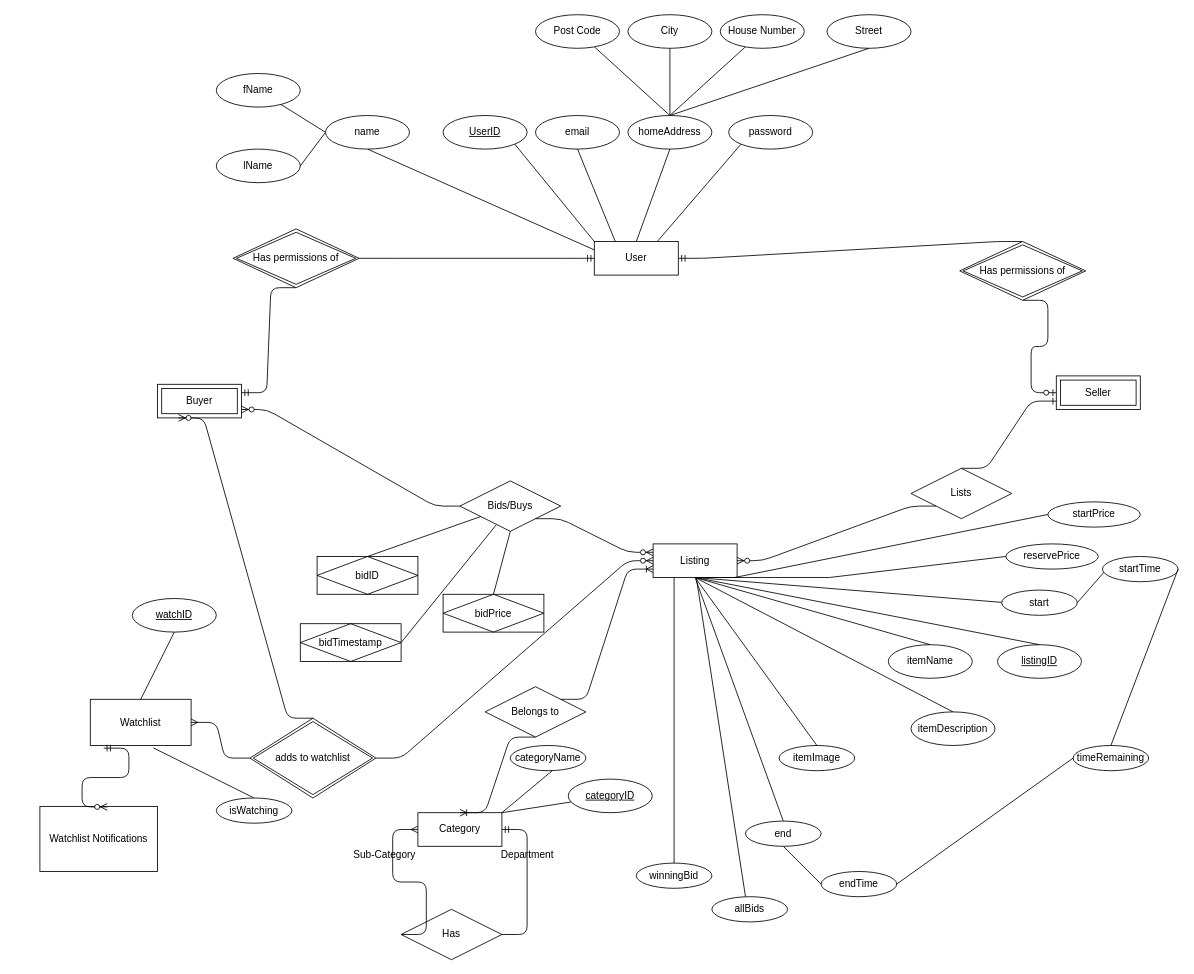
rwshaw/Auction-Website keeps this draw.io diagram as working_ERD.drawio. Above is the earlier version. Source tidied: cells renumbered, new cells numbered last; positions are measured from the earlier drawing's top-left corner, leaving out a move shared by most shapes. Both pictures are drawn from the tidied source at 84%, with x=0, y=0 at pixel (39, 14).
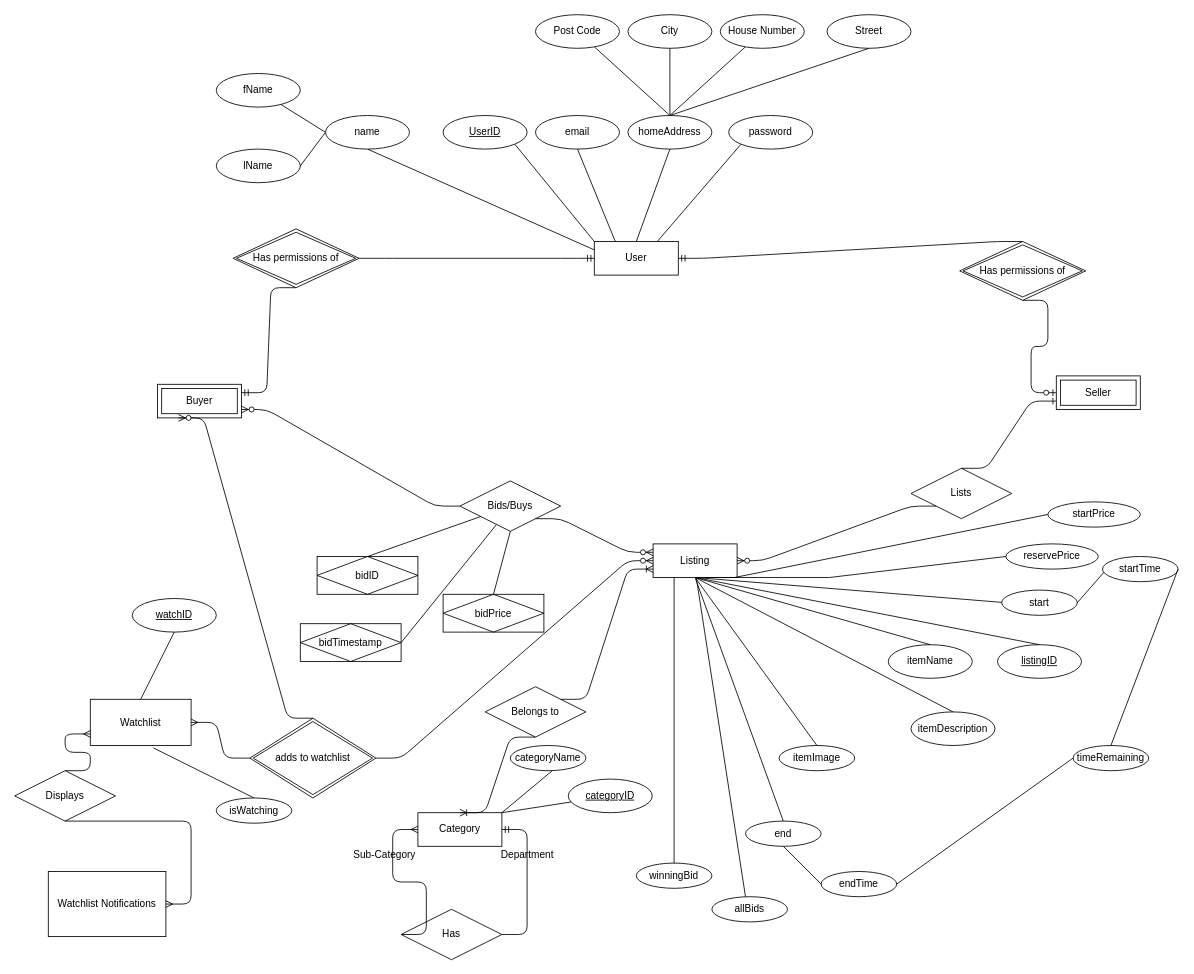
After the change.

Unchanged cells that the change refers to:
```xml
<mxCell id="89" value="Watchlist" style="whiteSpace=wrap;html=1;align=center;" parent="1" vertex="1">
  <mxGeometry x="60" y="815" width="120" height="55" as="geometry" />
</mxCell>
```

Change to the diagram source:
```diff
@@
     <mxCell id="95" value="Watchlist Notifications" style="whiteSpace=wrap;html=1;align=center;" parent="1" vertex="1">
-      <mxGeometry y="942.5" width="140" height="77.5" as="geometry" />
+      <mxGeometry x="10" y="1020" width="140" height="77.5" as="geometry" />
     </mxCell>
-    <mxCell id="96" style="edgeStyle=entityRelationEdgeStyle;fontSize=12;html=1;endArrow=ERzeroToMany;startArrow=ERmandOne;exitX=0.133;exitY=1.057;exitDx=0;exitDy=0;exitPerimeter=0;entryX=0.573;entryY=0.008;entryDx=0;entryDy=0;entryPerimeter=0;" parent="1" edge="1" source="89" target="95">
-      <mxGeometry relative="1" as="geometry" />
-    </mxCell>
+    <mxCell id="97" style="edgeStyle=entityRelationEdgeStyle;fontSize=12;html=1;endArrow=ERmany;entryX=0;entryY=0.75;entryDx=0;entryDy=0;exitX=0.5;exitY=0;exitDx=0;exitDy=0;" parent="1" edge="1" source="98" target="89">
+      <mxGeometry relative="1" as="geometry" />
+    </mxCell>
+    <mxCell id="98" value="Displays" style="shape=rhombus;perimeter=rhombusPerimeter;whiteSpace=wrap;html=1;align=center;" parent="1" vertex="1">
+      <mxGeometry x="-30" y="900" width="120" height="60" as="geometry" />
+    </mxCell>
+    <mxCell id="99" style="edgeStyle=entityRelationEdgeStyle;fontSize=12;html=1;endArrow=ERmany;exitX=0.5;exitY=1;exitDx=0;exitDy=0;" parent="1" edge="1" source="98" target="95">
+      <mxGeometry relative="1" as="geometry" />
+    </mxCell>
```
